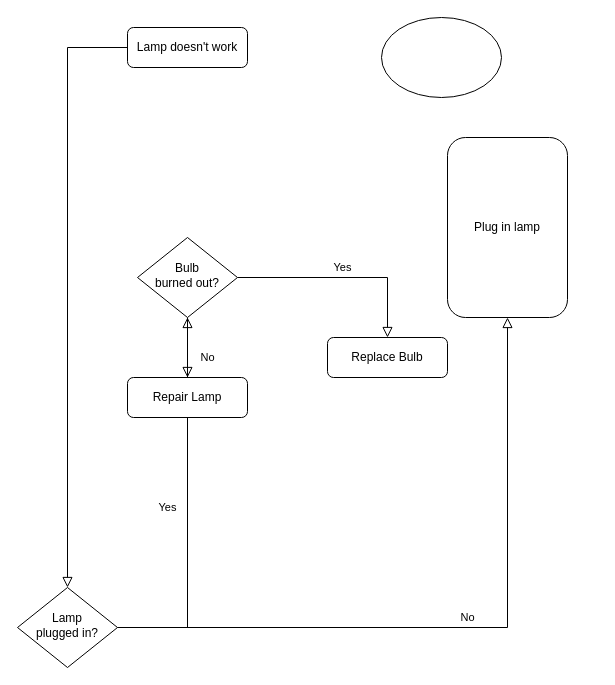
This is Untitled Diagram.drawio from vincentsee/teamflowchart, a draw.io file, before an edit. Source tidied: cells renumbered, new cells numbered last; positions are measured from the earlier drawing's top-left corner, leaving out a move shared by most shapes. Both pictures are drawn from the tidied source at 100%, with x=0, y=0 at pixel (17, 17).
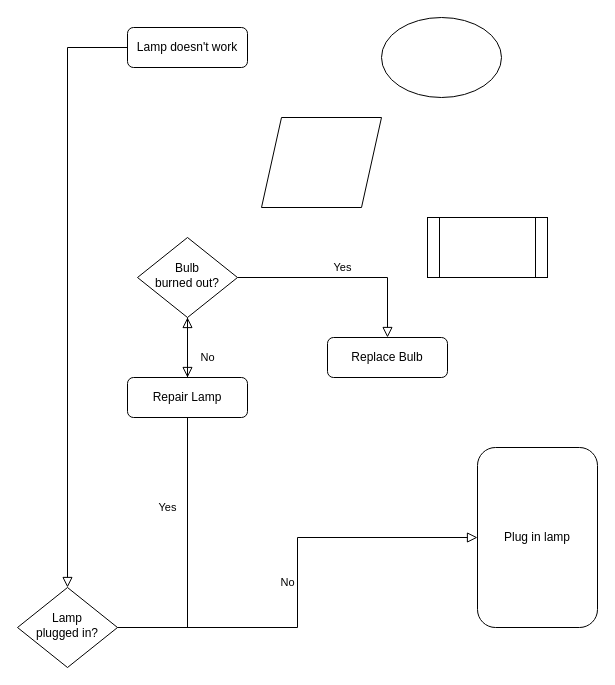
After the change.

What changed in the source:
```diff
@@
 <mxGraphModel>
   <root>
     <mxCell id="0" />
     <mxCell id="1" parent="0" />
     <mxCell id="2" style="rounded=0;html=1;jettySize=auto;fontSize=11;endArrow=block;endFill=0;endSize=8;strokeWidth=1;shadow=0;labelBackgroundColor=none;edgeStyle=orthogonalEdgeStyle;" parent="1" edge="1" source="3" target="6">
       <mxGeometry relative="1" as="geometry" />
     </mxCell>
     <mxCell id="3" value="Lamp doesn't work" style="rounded=1;whiteSpace=wrap;html=1;fontSize=12;glass=0;strokeWidth=1;shadow=0;" parent="1" vertex="1">
       <mxGeometry x="110" y="10" width="120" height="40" as="geometry" />
     </mxCell>
     <mxCell id="4" value="Yes" style="rounded=0;html=1;jettySize=auto;fontSize=11;endArrow=block;endFill=0;endSize=8;strokeWidth=1;shadow=0;labelBackgroundColor=none;edgeStyle=orthogonalEdgeStyle;" parent="1" edge="1" source="6" target="10">
       <mxGeometry y="20" relative="1" as="geometry" />
     </mxCell>
     <mxCell id="5" value="No" style="edgeStyle=orthogonalEdgeStyle;rounded=0;html=1;jettySize=auto;fontSize=11;endArrow=block;endFill=0;endSize=8;strokeWidth=1;shadow=0;labelBackgroundColor=none;" parent="1" edge="1" source="6" target="7">
       <mxGeometry y="10" relative="1" as="geometry" />
     </mxCell>
     <mxCell id="6" value="Lamp&lt;br&gt;plugged in?" style="rhombus;whiteSpace=wrap;html=1;shadow=0;fontFamily=Helvetica;fontSize=12;align=center;strokeWidth=1;spacing=6;spacingTop=-4;" parent="1" vertex="1">
       <mxGeometry y="570" width="100" height="80" as="geometry" />
     </mxCell>
     <mxCell id="7" value="Plug in lamp" style="rounded=1;whiteSpace=wrap;html=1;fontSize=12;glass=0;strokeWidth=1;shadow=0;" parent="1" vertex="1">
-      <mxGeometry x="430" y="120" width="120" height="180" as="geometry" />
+      <mxGeometry x="460" y="430" width="120" height="180" as="geometry" />
     </mxCell>
     <mxCell id="8" value="No" style="rounded=0;html=1;jettySize=auto;fontSize=11;endArrow=block;endFill=0;endSize=8;strokeWidth=1;shadow=0;labelBackgroundColor=none;edgeStyle=orthogonalEdgeStyle;" parent="1" edge="1" source="10" target="11">
       <mxGeometry x="0.33" y="20" relative="1" as="geometry" />
     </mxCell>
     <mxCell id="9" value="Yes" style="edgeStyle=orthogonalEdgeStyle;rounded=0;html=1;jettySize=auto;fontSize=11;endArrow=block;endFill=0;endSize=8;strokeWidth=1;shadow=0;labelBackgroundColor=none;" parent="1" edge="1" source="10" target="12">
       <mxGeometry y="10" relative="1" as="geometry" />
     </mxCell>
     <mxCell id="10" value="Bulb&lt;br&gt;burned out?" style="rhombus;whiteSpace=wrap;html=1;shadow=0;fontFamily=Helvetica;fontSize=12;align=center;strokeWidth=1;spacing=6;spacingTop=-4;" parent="1" vertex="1">
       <mxGeometry x="120" y="220" width="100" height="80" as="geometry" />
     </mxCell>
     <mxCell id="11" value="Repair Lamp" style="rounded=1;whiteSpace=wrap;html=1;fontSize=12;glass=0;strokeWidth=1;shadow=0;" parent="1" vertex="1">
       <mxGeometry x="110" y="360" width="120" height="40" as="geometry" />
     </mxCell>
     <mxCell id="12" value="Replace Bulb" style="rounded=1;whiteSpace=wrap;html=1;fontSize=12;glass=0;strokeWidth=1;shadow=0;" parent="1" vertex="1">
       <mxGeometry x="310" y="320" width="120" height="40" as="geometry" />
     </mxCell>
+    <mxCell id="14" style="shape=parallelogram;perimeter=parallelogramPerimeter;whiteSpace=wrap;html=1;fixedSize=1;" parent="1" vertex="1">
+      <mxGeometry x="244" y="100" width="120" height="90" as="geometry" />
+    </mxCell>
     <mxCell id="13" style="ellipse;whiteSpace=wrap;html=1;" parent="1" vertex="1">
       <mxGeometry x="364" width="120" height="80" as="geometry" />
     </mxCell>
+    <mxCell id="15" style="shape=process;whiteSpace=wrap;html=1;backgroundOutline=1;" parent="1" vertex="1">
+      <mxGeometry x="410" y="200" width="120" height="60" as="geometry" />
+    </mxCell>
   </root>
 </mxGraphModel>
```
